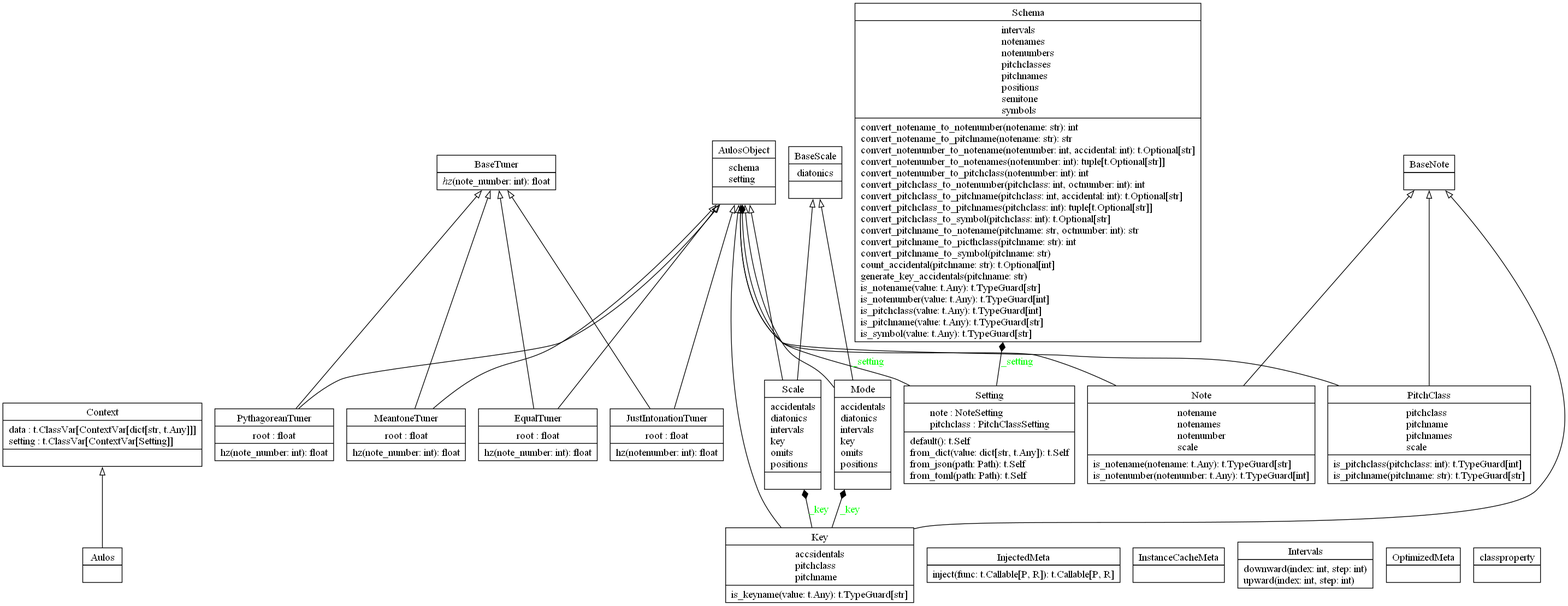
Before: documents/design/class-diagram/classes.png, a diagram exported from PlantUML (Oujox/aulos). Its source is kept beside it as documents/design/class-diagram/classes.puml.
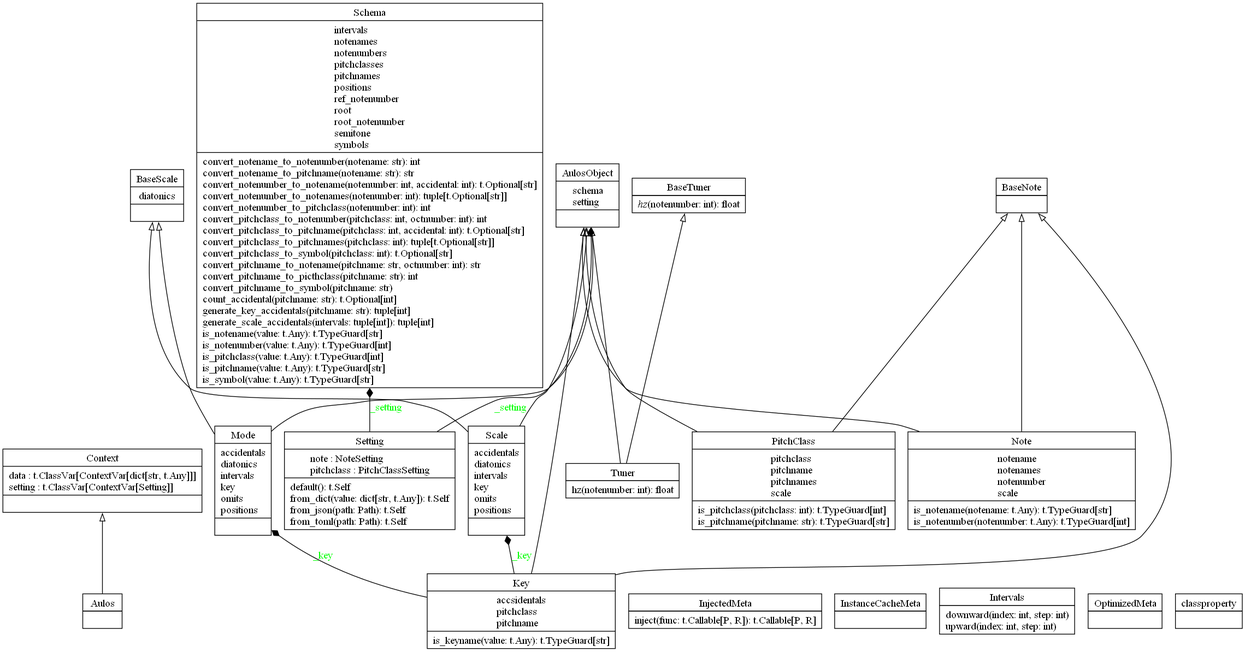
The same file after the commit.

The edit, as a diff of the source:
```diff
@@ -12,15 +12,11 @@
   diatonics
 }
 class "BaseTuner" as aulos.tuner._base.BaseTuner {
-  {abstract}hz(note_number: int) -> float
+  {abstract}hz(notenumber: int) -> float
 }
 class "Context" as aulos._core.framework.context.Context {
   data : t.ClassVar[ContextVar[dict[str, t.Any]]]
   setting : t.ClassVar[ContextVar[Setting]]
-}
-class "EqualTuner" as aulos.tuner.tuner.EqualTuner {
-  root : float
-  hz(note_number: int) -> float
 }
 class "InjectedMeta" as aulos._core.framework.inject.InjectedMeta {
   inject(func: t.Callable[P, R]) -> t.Callable[P, R]
@@ -31,19 +27,11 @@
   downward(index: int, step: int)
   upward(index: int, step: int)
 }
-class "JustIntonationTuner" as aulos.tuner.tuner.JustIntonationTuner {
-  root : float
-  hz(notenumber: int) -> float
-}
 class "Key" as aulos.note.key.Key {
   accsidentals
   pitchclass
   pitchname
   is_keyname(value: t.Any) -> t.TypeGuard[str]
-}
-class "MeantoneTuner" as aulos.tuner.tuner.MeantoneTuner {
-  root : float
-  hz(note_number: int) -> float
 }
 class "Mode" as aulos.scale.mode.Mode {
   accidentals
@@ -71,10 +59,6 @@
   is_pitchclass(pitchclass: int) -> t.TypeGuard[int]
   is_pitchname(pitchname: str) -> t.TypeGuard[str]
 }
-class "PythagoreanTuner" as aulos.tuner.tuner.PythagoreanTuner {
-  root : float
-  hz(note_number: int) -> float
-}
 class "Scale" as aulos.scale.scale.Scale {
   accidentals
   diatonics
@@ -90,6 +74,9 @@
   pitchclasses
   pitchnames
   positions
+  ref_notenumber
+  root
+  root_notenumber
   semitone
   symbols
   convert_notename_to_notenumber(notename: str) -> int
@@ -105,7 +92,8 @@
   convert_pitchname_to_picthclass(pitchname: str) -> int
   convert_pitchname_to_symbol(pitchname: str)
   count_accidental(pitchname: str) -> t.Optional[int]
-  generate_key_accidentals(pitchname: str)
+  generate_key_accidentals(pitchname: str) -> tuple[int]
+  generate_scale_accidentals(intervals: tuple[int]) -> tuple[int]
   is_notename(value: t.Any) -> t.TypeGuard[str]
   is_notenumber(value: t.Any) -> t.TypeGuard[int]
   is_pitchclass(value: t.Any) -> t.TypeGuard[int]
@@ -120,6 +108,9 @@
   from_json(path: Path) -> t.Self
   from_toml(path: Path) -> t.Self
 }
+class "Tuner" as aulos.tuner.tuner.Tuner {
+  hz(notenumber: int) -> float
+}
 class "classproperty" as aulos._core.utils.decorators.classproperty {
 }
 aulos.note.key.Key --|> aulos._core.object.AulosObject
@@ -132,14 +123,8 @@
 aulos.scale.mode.Mode --|> aulos.scale._base.BaseScale
 aulos.scale.scale.Scale --|> aulos._core.object.AulosObject
 aulos.scale.scale.Scale --|> aulos.scale._base.BaseScale
-aulos.tuner.tuner.EqualTuner --|> aulos._core.object.AulosObject
-aulos.tuner.tuner.EqualTuner --|> aulos.tuner._base.BaseTuner
-aulos.tuner.tuner.JustIntonationTuner --|> aulos._core.object.AulosObject
-aulos.tuner.tuner.JustIntonationTuner --|> aulos.tuner._base.BaseTuner
-aulos.tuner.tuner.MeantoneTuner --|> aulos._core.object.AulosObject
-aulos.tuner.tuner.MeantoneTuner --|> aulos.tuner._base.BaseTuner
-aulos.tuner.tuner.PythagoreanTuner --|> aulos._core.object.AulosObject
-aulos.tuner.tuner.PythagoreanTuner --|> aulos.tuner._base.BaseTuner
+aulos.tuner.tuner.Tuner --|> aulos._core.object.AulosObject
+aulos.tuner.tuner.Tuner --|> aulos.tuner._base.BaseTuner
 aulos.utils.context.Aulos --|> aulos._core.framework.context.Context
 aulos._core.setting.Setting --* aulos._core.object.AulosObject : _setting
 aulos._core.setting.Setting --* aulos._core.schema.Schema : _setting
```
